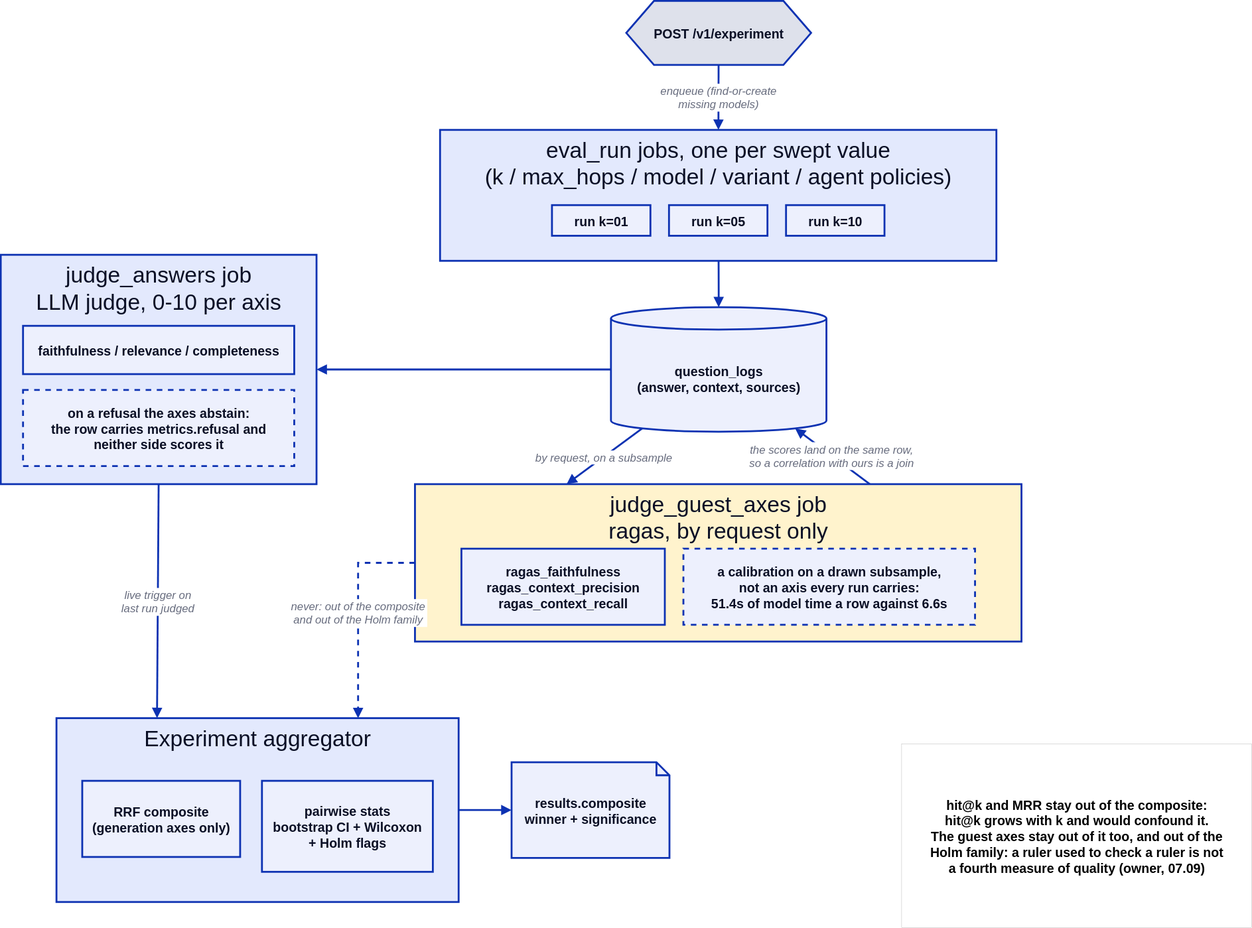
rikitikitav1/rag-lab keeps this draw.io diagram as docs/diagrams/eval_pipeline.drawio.svg. Above is the earlier version. Source tidied: cells renumbered, new cells last; positions are measured from the earlier drawing's top-left corner, leaving out a move shared by most shapes.
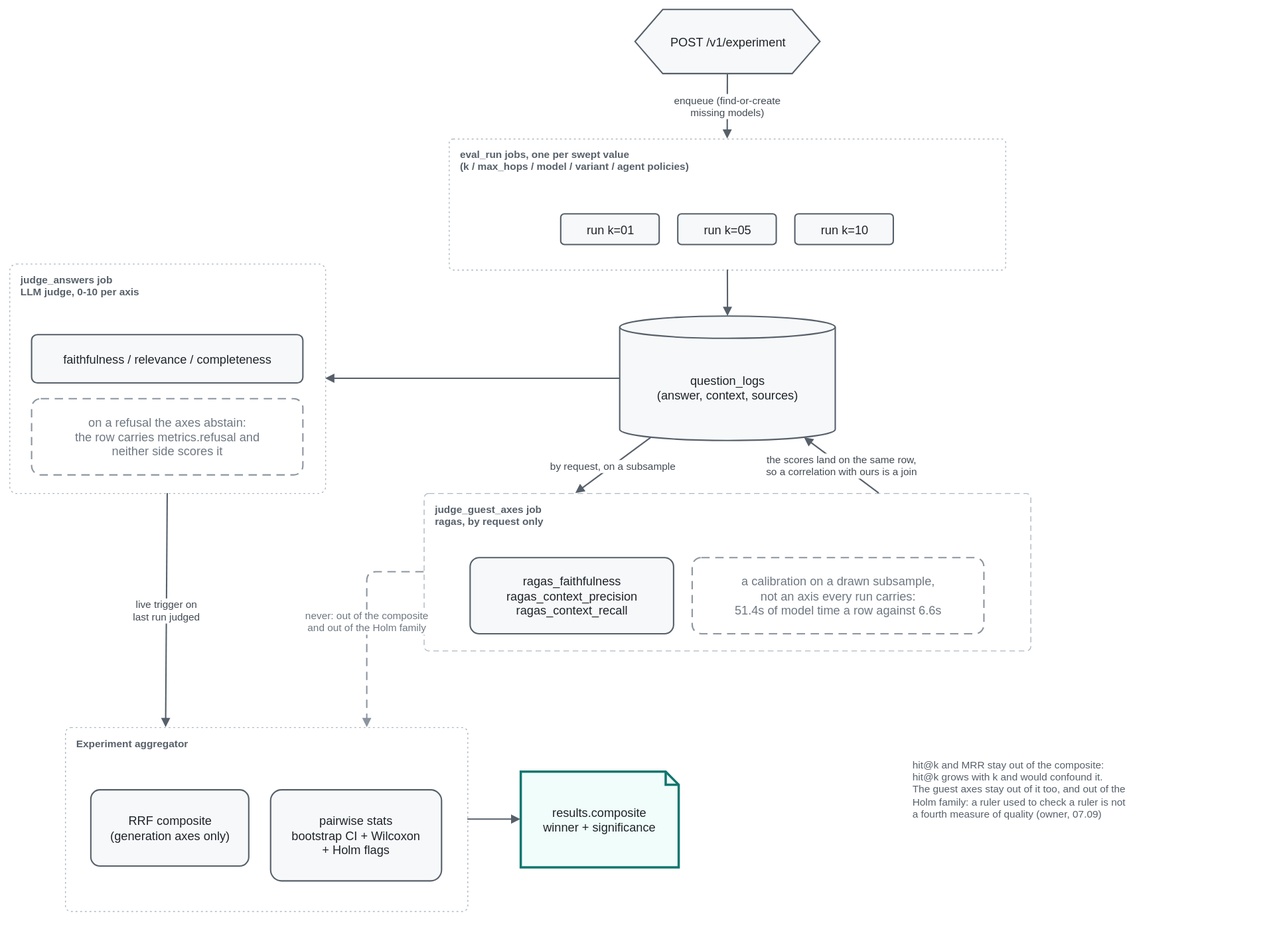
Above is the later version.

Change to the diagram source:
```diff
@@ -2,87 +2,87 @@
   <root>
     <mxCell id="0" />
     <mxCell id="1" parent="0" />
-    <mxCell id="2" value="POST /v1/experiment" style="shape=hexagon;perimeter=hexagonPerimeter2;size=0.15;whiteSpace=nowrap;html=0;strokeColor=#0D32B2;strokeWidth=2;fontColor=#0A0F25;fillColor=#DEE1EB;fontSize=14;fontStyle=1;" parent="1" vertex="1">
+    <mxCell id="2" value="POST /v1/experiment" style="whiteSpace=wrap;html=0;fillColor=light-dark(#F6F8FA,#161B22);strokeColor=light-dark(#57606A,#8B949E);strokeWidth=1.5;fontColor=light-dark(#1F2328,#E6EDF3);fontFamily=Helvetica;fontSize=13;spacing=8;perimeter=hexagonPerimeter2;shape=hexagon;size=0.15;" parent="1" vertex="1">
       <mxGeometry x="673.5" width="199" height="69" as="geometry" />
     </mxCell>
-    <mxCell id="3" value="eval_run jobs, one per swept value&#10;(k / max_hops / model / variant / agent policies)" style="rounded=0;whiteSpace=nowrap;html=0;strokeColor=#0D32B2;strokeWidth=2;fontColor=#0A0F25;fillColor=#E3E9FD;verticalAlign=top;fontSize=24;" parent="1" vertex="1">
+    <mxCell id="3" value="eval_run jobs, one per swept value&#10;(k / max_hops / model / variant / agent policies)" style="rounded=1;arcSize=3;html=0;whiteSpace=wrap;verticalAlign=top;align=left;spacingLeft=10;spacingTop=4;fillColor=none;strokeColor=light-dark(#AFB8C1,#484F58);strokeWidth=1;dashed=1;dashPattern=2 3;fontStyle=1;fontSize=11;fontColor=light-dark(#57606A,#8B949E);fontFamily=Helvetica;" parent="1" vertex="1">
       <mxGeometry x="473" y="139" width="599" height="141" as="geometry" />
     </mxCell>
-    <mxCell id="4" value="run k=01" style="rounded=0;whiteSpace=nowrap;html=0;strokeColor=#0D32B2;strokeWidth=2;fontColor=#0A0F25;fillColor=#EDF0FD;fontSize=14;fontStyle=1;" parent="3" vertex="1">
+    <mxCell id="4" value="run k=01" style="rounded=1;arcSize=12;whiteSpace=wrap;html=0;fillColor=light-dark(#F6F8FA,#161B22);strokeColor=light-dark(#57606A,#8B949E);strokeWidth=1.5;fontColor=light-dark(#1F2328,#E6EDF3);fontFamily=Helvetica;fontSize=13;spacing=8;" parent="3" vertex="1">
       <mxGeometry x="120.5" y="81" width="106" height="33" as="geometry" />
     </mxCell>
-    <mxCell id="5" value="run k=05" style="rounded=0;whiteSpace=nowrap;html=0;strokeColor=#0D32B2;strokeWidth=2;fontColor=#0A0F25;fillColor=#EDF0FD;fontSize=14;fontStyle=1;" parent="3" vertex="1">
+    <mxCell id="5" value="run k=05" style="rounded=1;arcSize=12;whiteSpace=wrap;html=0;fillColor=light-dark(#F6F8FA,#161B22);strokeColor=light-dark(#57606A,#8B949E);strokeWidth=1.5;fontColor=light-dark(#1F2328,#E6EDF3);fontFamily=Helvetica;fontSize=13;spacing=8;" parent="3" vertex="1">
       <mxGeometry x="246.5" y="81" width="106" height="33" as="geometry" />
     </mxCell>
-    <mxCell id="6" value="run k=10" style="rounded=0;whiteSpace=nowrap;html=0;strokeColor=#0D32B2;strokeWidth=2;fontColor=#0A0F25;fillColor=#EDF0FD;fontSize=14;fontStyle=1;" parent="3" vertex="1">
+    <mxCell id="6" value="run k=10" style="rounded=1;arcSize=12;whiteSpace=wrap;html=0;fillColor=light-dark(#F6F8FA,#161B22);strokeColor=light-dark(#57606A,#8B949E);strokeWidth=1.5;fontColor=light-dark(#1F2328,#E6EDF3);fontFamily=Helvetica;fontSize=13;spacing=8;" parent="3" vertex="1">
       <mxGeometry x="372.5" y="81" width="106" height="33" as="geometry" />
     </mxCell>
-    <mxCell id="7" value="question_logs&#10;(answer, context, sources)" style="shape=cylinder3;boundedLbl=1;size=12;whiteSpace=nowrap;html=0;strokeColor=#0D32B2;strokeWidth=2;fontColor=#0A0F25;fillColor=#EDF0FD;fontSize=14;fontStyle=1;" parent="1" vertex="1">
+    <mxCell id="7" value="question_logs&#10;(answer, context, sources)" style="whiteSpace=wrap;html=0;fillColor=light-dark(#F6F8FA,#161B22);strokeColor=light-dark(#57606A,#8B949E);strokeWidth=1.5;fontColor=light-dark(#1F2328,#E6EDF3);fontFamily=Helvetica;fontSize=13;spacing=8;shape=cylinder3;size=12;boundedLbl=1;" parent="1" vertex="1">
       <mxGeometry x="657" y="330" width="232" height="134" as="geometry" />
     </mxCell>
-    <mxCell id="8" value="judge_answers job&#10;LLM judge, 0-10 per axis" style="rounded=0;whiteSpace=nowrap;html=0;strokeColor=#0D32B2;strokeWidth=2;fontColor=#0A0F25;fillColor=#E3E9FD;verticalAlign=top;fontSize=24;" parent="1" vertex="1">
+    <mxCell id="8" value="judge_answers job&#10;LLM judge, 0-10 per axis" style="rounded=1;arcSize=3;html=0;whiteSpace=wrap;verticalAlign=top;align=left;spacingLeft=10;spacingTop=4;fillColor=none;strokeColor=light-dark(#AFB8C1,#484F58);strokeWidth=1;dashed=1;dashPattern=2 3;fontStyle=1;fontSize=11;fontColor=light-dark(#57606A,#8B949E);fontFamily=Helvetica;" parent="1" vertex="1">
       <mxGeometry y="273.5" width="340" height="247" as="geometry" />
     </mxCell>
-    <mxCell id="9" value="faithfulness / relevance / completeness" style="rounded=0;whiteSpace=nowrap;html=0;strokeColor=#0D32B2;strokeWidth=2;fontColor=#0A0F25;fillColor=#EDF0FD;fontSize=14;fontStyle=1;" parent="8" vertex="1">
+    <mxCell id="9" value="faithfulness / relevance / completeness" style="rounded=1;arcSize=12;whiteSpace=wrap;html=0;fillColor=light-dark(#F6F8FA,#161B22);strokeColor=light-dark(#57606A,#8B949E);strokeWidth=1.5;fontColor=light-dark(#1F2328,#E6EDF3);fontFamily=Helvetica;fontSize=13;spacing=8;" parent="8" vertex="1">
       <mxGeometry x="24" y="76.5" width="292" height="52" as="geometry" />
     </mxCell>
-    <mxCell id="10" value="on a refusal the axes abstain:&#10;the row carries metrics.refusal and&#10;neither side scores it" style="rounded=0;whiteSpace=nowrap;html=0;strokeColor=#0D32B2;strokeWidth=2;fontColor=#0A0F25;fillColor=#EDF0FD;fontSize=14;fontStyle=1;dashed=1;" parent="8" vertex="1">
+    <mxCell id="10" value="on a refusal the axes abstain:&#10;the row carries metrics.refusal and&#10;neither side scores it" style="rounded=1;arcSize=12;whiteSpace=wrap;html=0;fillColor=none;strokeColor=light-dark(#8C959F,#6E7681);strokeWidth=1.5;fontColor=light-dark(#6E7781,#8B949E);fontFamily=Helvetica;fontSize=13;spacing=8;dashed=1;dashPattern=6 4;" parent="8" vertex="1">
       <mxGeometry x="24" y="145.5" width="292" height="82" as="geometry" />
     </mxCell>
-    <mxCell id="11" value="judge_guest_axes job&#10;ragas, by request only" style="rounded=0;whiteSpace=nowrap;html=0;strokeColor=#0D32B2;strokeWidth=2;fontColor=#0A0F25;fillColor=#fff3cd;verticalAlign=top;fontSize=24;" parent="1" vertex="1">
+    <mxCell id="11" value="judge_guest_axes job&#10;ragas, by request only" style="rounded=1;arcSize=3;html=0;whiteSpace=wrap;verticalAlign=top;align=left;spacingLeft=10;spacingTop=4;fillColor=none;strokeColor=light-dark(#AFB8C1,#484F58);strokeWidth=1;dashed=1;dashPattern=6 4;fontStyle=1;fontSize=11;fontColor=light-dark(#57606A,#8B949E);fontFamily=Helvetica;" parent="1" vertex="1">
       <mxGeometry x="446" y="520.5" width="653" height="169.5" as="geometry" />
     </mxCell>
-    <mxCell id="12" value="ragas_faithfulness&#10;ragas_context_precision&#10;ragas_context_recall" style="rounded=0;whiteSpace=nowrap;html=0;strokeColor=#0D32B2;strokeWidth=2;fontColor=#0A0F25;fillColor=#EDF0FD;fontSize=14;fontStyle=1;" parent="11" vertex="1">
+    <mxCell id="12" value="ragas_faithfulness&#10;ragas_context_precision&#10;ragas_context_recall" style="rounded=1;arcSize=12;whiteSpace=wrap;html=0;fillColor=light-dark(#F6F8FA,#161B22);strokeColor=light-dark(#57606A,#8B949E);strokeWidth=1.5;fontColor=light-dark(#1F2328,#E6EDF3);fontFamily=Helvetica;fontSize=13;spacing=8;" parent="11" vertex="1">
       <mxGeometry x="50" y="69.5" width="219" height="82" as="geometry" />
     </mxCell>
-    <mxCell id="13" value="a calibration on a drawn subsample,&#10;not an axis every run carries:&#10;51.4s of model time a row against 6.6s" style="rounded=0;whiteSpace=nowrap;html=0;strokeColor=#0D32B2;strokeWidth=2;fontColor=#0A0F25;fillColor=#EDF0FD;fontSize=14;fontStyle=1;dashed=1;" parent="11" vertex="1">
+    <mxCell id="13" value="a calibration on a drawn subsample,&#10;not an axis every run carries:&#10;51.4s of model time a row against 6.6s" style="rounded=1;arcSize=12;whiteSpace=wrap;html=0;fillColor=none;strokeColor=light-dark(#8C959F,#6E7681);strokeWidth=1.5;fontColor=light-dark(#6E7781,#8B949E);fontFamily=Helvetica;fontSize=13;spacing=8;dashed=1;dashPattern=6 4;" parent="11" vertex="1">
       <mxGeometry x="289" y="69.5" width="314" height="82" as="geometry" />
     </mxCell>
-    <mxCell id="14" value="Experiment aggregator" style="rounded=0;whiteSpace=nowrap;html=0;strokeColor=#0D32B2;strokeWidth=2;fontColor=#0A0F25;fillColor=#E3E9FD;verticalAlign=top;fontSize=24;" parent="1" vertex="1">
+    <mxCell id="14" value="Experiment aggregator" style="rounded=1;arcSize=3;html=0;whiteSpace=wrap;verticalAlign=top;align=left;spacingLeft=10;spacingTop=4;fillColor=none;strokeColor=light-dark(#AFB8C1,#484F58);strokeWidth=1;dashed=1;dashPattern=2 3;fontStyle=1;fontSize=11;fontColor=light-dark(#57606A,#8B949E);fontFamily=Helvetica;" parent="1" vertex="1">
       <mxGeometry x="60" y="772.5" width="433" height="198" as="geometry" />
     </mxCell>
-    <mxCell id="15" value="pairwise stats&#10;bootstrap CI + Wilcoxon&#10;+ Holm flags" style="rounded=0;whiteSpace=nowrap;html=0;strokeColor=#0D32B2;strokeWidth=2;fontColor=#0A0F25;fillColor=#EDF0FD;fontSize=14;fontStyle=1;" parent="14" vertex="1">
+    <mxCell id="15" value="pairwise stats&#10;bootstrap CI + Wilcoxon&#10;+ Holm flags" style="rounded=1;arcSize=12;whiteSpace=wrap;html=0;fillColor=light-dark(#F6F8FA,#161B22);strokeColor=light-dark(#57606A,#8B949E);strokeWidth=1.5;fontColor=light-dark(#1F2328,#E6EDF3);fontFamily=Helvetica;fontSize=13;spacing=8;" parent="14" vertex="1">
       <mxGeometry x="221.2" y="67.5" width="184" height="98" as="geometry" />
     </mxCell>
-    <mxCell id="16" value="RRF composite&#10;(generation axes only)" style="rounded=0;whiteSpace=nowrap;html=0;strokeColor=#0D32B2;strokeWidth=2;fontColor=#0A0F25;fillColor=#EDF0FD;fontSize=14;fontStyle=1;" parent="14" vertex="1">
+    <mxCell id="16" value="RRF composite&#10;(generation axes only)" style="rounded=1;arcSize=12;whiteSpace=wrap;html=0;fillColor=light-dark(#F6F8FA,#161B22);strokeColor=light-dark(#57606A,#8B949E);strokeWidth=1.5;fontColor=light-dark(#1F2328,#E6EDF3);fontFamily=Helvetica;fontSize=13;spacing=8;" parent="14" vertex="1">
       <mxGeometry x="27.8" y="67.5" width="170" height="82" as="geometry" />
     </mxCell>
-    <mxCell id="17" value="results.composite&#10;winner + significance" style="shape=note;size=14;whiteSpace=nowrap;html=0;strokeColor=#0D32B2;strokeWidth=2;fontColor=#0A0F25;fillColor=#EDF0FD;fontSize=14;fontStyle=1;" parent="1" vertex="1">
+    <mxCell id="17" value="results.composite&#10;winner + significance" style="whiteSpace=wrap;html=0;fillColor=light-dark(#F0FDFA,#0B2A28);strokeColor=light-dark(#0F766E,#2DD4BF);strokeWidth=2.5;fontColor=light-dark(#1F2328,#E6EDF3);fontFamily=Helvetica;fontSize=13;spacing=8;shape=note;size=14;" parent="1" vertex="1">
       <mxGeometry x="550" y="820" width="170" height="103" as="geometry" />
     </mxCell>
-    <mxCell id="18" value="hit@k and MRR stay out of the composite:&#10;hit@k grows with k and would confound it.&#10;The guest axes stay out of it too, and out of the&#10;Holm family: a ruler used to check a ruler is not&#10;a fourth measure of quality (owner, 07.09)" style="rounded=0;whiteSpace=nowrap;html=0;strokeWidth=0;fontSize=14;fontStyle=1;dashed=1;" parent="1" vertex="1">
+    <mxCell id="18" value="hit@k and MRR stay out of the composite:&#10;hit@k grows with k and would confound it.&#10;The guest axes stay out of it too, and out of the&#10;Holm family: a ruler used to check a ruler is not&#10;a fourth measure of quality (owner, 07.09)" style="text;html=0;align=left;verticalAlign=top;whiteSpace=wrap;fontFamily=Helvetica;fontSize=11;fontColor=light-dark(#57606A,#8B949E);strokeColor=none;fillColor=none;" parent="1" vertex="1">
       <mxGeometry x="970" y="800" width="377" height="198" as="geometry" />
     </mxCell>
-    <mxCell id="19" value="enqueue (find-or-create&#10;missing models)" style="edgeStyle=none;rounded=1;html=0;endArrow=block;endFill=1;strokeColor=#0D32B2;strokeWidth=2;fontColor=#676C7E;fontSize=12;fontStyle=2;labelBackgroundColor=#FFFFFF;" parent="1" edge="1" source="2" target="3">
+    <mxCell id="19" value="enqueue (find-or-create&#10;missing models)" style="edgeStyle=none;rounded=1;curved=0;html=0;endArrow=block;endFill=1;strokeColor=light-dark(#57606A,#8B949E);strokeWidth=1.5;fontFamily=Helvetica;fontSize=11;fontColor=light-dark(#424A53,#C9D1D9);labelBackgroundColor=light-dark(#FFFFFF,#0D1117);" parent="1" edge="1" source="2" target="3">
       <mxGeometry relative="1" as="geometry" />
     </mxCell>
-    <mxCell id="20" style="edgeStyle=none;rounded=1;html=0;endArrow=block;endFill=1;strokeColor=#0D32B2;strokeWidth=2;fontColor=#676C7E;fontSize=12;fontStyle=2;labelBackgroundColor=#FFFFFF;entryX=0.5;entryY=0;entryDx=0;entryDy=0;entryPerimeter=0;" parent="1" edge="1" source="3" target="7">
+    <mxCell id="20" style="edgeStyle=none;rounded=1;curved=0;html=0;endArrow=block;endFill=1;strokeColor=light-dark(#57606A,#8B949E);strokeWidth=1.5;fontFamily=Helvetica;fontSize=11;fontColor=light-dark(#424A53,#C9D1D9);labelBackgroundColor=light-dark(#FFFFFF,#0D1117);entryDx=0;entryX=0.5;entryPerimeter=0;entryY=0;entryDy=0;" parent="1" edge="1" source="3" target="7">
       <mxGeometry relative="1" as="geometry">
         <Array as="points">
           <mxPoint x="773" y="300" />
         </Array>
       </mxGeometry>
     </mxCell>
-    <mxCell id="21" style="edgeStyle=none;rounded=1;html=0;endArrow=block;endFill=1;strokeColor=#0D32B2;strokeWidth=2;fontColor=#676C7E;fontSize=12;fontStyle=2;labelBackgroundColor=#FFFFFF;entryX=1;entryY=0.5;entryDx=0;entryDy=0;exitX=0;exitY=0.5;exitDx=0;exitDy=0;exitPerimeter=0;" parent="1" edge="1" source="7" target="8">
+    <mxCell id="21" style="edgeStyle=none;rounded=1;curved=0;html=0;endArrow=block;endFill=1;strokeColor=light-dark(#57606A,#8B949E);strokeWidth=1.5;fontFamily=Helvetica;fontSize=11;fontColor=light-dark(#424A53,#C9D1D9);labelBackgroundColor=light-dark(#FFFFFF,#0D1117);exitY=0.5;entryDx=0;entryX=1;exitPerimeter=0;exitDx=0;entryY=0.5;exitX=0;exitDy=0;entryDy=0;" parent="1" edge="1" source="7" target="8">
       <mxGeometry relative="1" as="geometry" />
     </mxCell>
-    <mxCell id="22" value="by request, on a subsample" style="edgeStyle=none;rounded=1;html=0;endArrow=block;endFill=1;strokeColor=#0D32B2;strokeWidth=2;fontColor=#676C7E;fontSize=12;fontStyle=2;labelBackgroundColor=#FFFFFF;entryX=0.25;entryY=0;entryDx=0;entryDy=0;exitX=0.145;exitY=1;exitDx=0;exitDy=-3.4799999999999995;exitPerimeter=0;" parent="1" edge="1" source="7" target="11">
+    <mxCell id="22" value="by request, on a subsample" style="edgeStyle=none;rounded=1;curved=0;html=0;endArrow=block;endFill=1;strokeColor=light-dark(#57606A,#8B949E);strokeWidth=1.5;fontFamily=Helvetica;fontSize=11;fontColor=light-dark(#424A53,#C9D1D9);labelBackgroundColor=light-dark(#FFFFFF,#0D1117);exitY=1;entryDx=0;entryX=0.25;exitPerimeter=0;exitDx=0;entryY=0;exitX=0.145;exitDy=-3.4799999999999995;entryDy=0;" parent="1" edge="1" source="7" target="11">
       <mxGeometry relative="1" as="geometry" />
     </mxCell>
-    <mxCell id="23" value="the scores land on the same row,&#10;so a correlation with ours is a join" style="edgeStyle=none;rounded=1;html=0;endArrow=block;endFill=1;strokeColor=#0D32B2;strokeWidth=2;fontColor=#676C7E;fontSize=12;fontStyle=2;labelBackgroundColor=#FFFFFF;entryX=0.855;entryY=1;entryDx=0;entryDy=-3.4799999999999995;entryPerimeter=0;exitX=0.75;exitY=0;exitDx=0;exitDy=0;" parent="1" edge="1" source="11" target="7">
+    <mxCell id="23" value="the scores land on the same row,&#10;so a correlation with ours is a join" style="edgeStyle=none;rounded=1;curved=0;html=0;endArrow=block;endFill=1;strokeColor=light-dark(#57606A,#8B949E);strokeWidth=1.5;fontFamily=Helvetica;fontSize=11;fontColor=light-dark(#424A53,#C9D1D9);labelBackgroundColor=light-dark(#FFFFFF,#0D1117);exitY=0;entryDx=0;entryX=0.855;entryPerimeter=0;exitDx=0;entryY=1;exitX=0.75;exitDy=0;entryDy=-3.4799999999999995;" parent="1" edge="1" source="11" target="7">
       <mxGeometry relative="1" as="geometry" />
     </mxCell>
-    <mxCell id="24" value="live trigger on&#10;last run judged" style="edgeStyle=none;rounded=1;html=0;endArrow=block;endFill=1;strokeColor=#0D32B2;strokeWidth=2;fontColor=#676C7E;fontSize=12;fontStyle=2;labelBackgroundColor=#FFFFFF;exitX=0.5;exitY=1;exitDx=0;exitDy=0;entryX=0.25;entryY=0;entryDx=0;entryDy=0;" parent="1" edge="1" source="8" target="14">
+    <mxCell id="24" value="live trigger on&#10;last run judged" style="edgeStyle=none;rounded=1;curved=0;html=0;endArrow=block;endFill=1;strokeColor=light-dark(#57606A,#8B949E);strokeWidth=1.5;fontFamily=Helvetica;fontSize=11;fontColor=light-dark(#424A53,#C9D1D9);labelBackgroundColor=light-dark(#FFFFFF,#0D1117);exitY=1;entryDx=0;entryX=0.25;exitDx=0;entryY=0;exitX=0.5;exitDy=0;entryDy=0;" parent="1" edge="1" source="8" target="14">
       <mxGeometry relative="1" as="geometry" />
     </mxCell>
-    <mxCell id="25" value="never: out of the composite&#10;and out of the Holm family" style="edgeStyle=none;rounded=0;html=0;endArrow=block;endFill=1;strokeColor=#0D32B2;strokeWidth=2;fontColor=#676C7E;fontSize=12;fontStyle=2;labelBackgroundColor=#FFFFFF;dashed=1;entryX=0.75;entryY=0;entryDx=0;entryDy=0;exitX=0;exitY=0.5;exitDx=0;exitDy=0;curved=0;" parent="1" edge="1" source="11" target="14">
+    <mxCell id="25" value="never: out of the composite&#10;and out of the Holm family" style="edgeStyle=none;rounded=1;curved=0;html=0;endArrow=block;endFill=1;strokeColor=light-dark(#8C959F,#6E7681);strokeWidth=1.5;fontFamily=Helvetica;fontSize=11;fontColor=light-dark(#6E7781,#8B949E);labelBackgroundColor=light-dark(#FFFFFF,#0D1117);dashed=1;dashPattern=6 4;exitY=0.5;entryDx=0;entryX=0.75;exitDx=0;entryY=0;exitX=0;exitDy=0;entryDy=0;" parent="1" edge="1" source="11" target="14">
       <mxGeometry x="-0.01" relative="1" as="geometry">
         <Array as="points">
           <mxPoint x="384.8" y="605.2" />
         </Array>
       </mxGeometry>
     </mxCell>
-    <mxCell id="26" style="edgeStyle=none;rounded=1;html=0;endArrow=block;endFill=1;strokeColor=#0D32B2;strokeWidth=2;fontColor=#676C7E;fontSize=12;fontStyle=2;labelBackgroundColor=#FFFFFF;exitX=1;exitY=0.5;exitDx=0;exitDy=0;" parent="1" edge="1" source="14" target="17">
+    <mxCell id="26" style="edgeStyle=none;rounded=1;curved=0;html=0;endArrow=block;endFill=1;strokeColor=light-dark(#57606A,#8B949E);strokeWidth=1.5;fontFamily=Helvetica;fontSize=11;fontColor=light-dark(#424A53,#C9D1D9);labelBackgroundColor=light-dark(#FFFFFF,#0D1117);exitY=0.5;exitDx=0;exitX=1;exitDy=0;" parent="1" edge="1" source="14" target="17">
       <mxGeometry relative="1" as="geometry" />
     </mxCell>
   </root>
```
